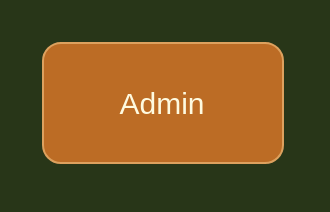
This is page "Admin" (4 of 5) of Buildor.drawio from Satishpokala124/Buildor, a draw.io file, before an edit. Source tidied: cells renumbered, new cells numbered last; positions are measured from the earlier drawing's top-left corner, leaving out a move shared by most shapes. Both pictures are drawn from the tidied source at 200%, with x=0, y=0 at pixel (42, 42).
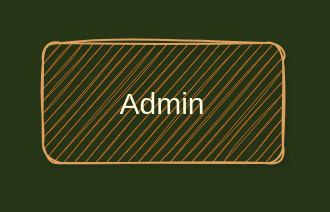
The same diagram, later.

The edit, as a diff of the source:
```diff
@@
 <mxGraphModel background="#283618">
   <root>
     <mxCell id="0" />
     <mxCell id="1" parent="0" />
-    <mxCell id="2" value="Admin" style="rounded=1;whiteSpace=wrap;html=1;fontSize=15;fillColor=#BC6C25;strokeColor=#DDA15E;fontColor=#FEFAE0;" parent="1" vertex="1">
+    <mxCell id="2" value="Admin" style="rounded=1;whiteSpace=wrap;html=1;fontSize=15;fillColor=#BC6C25;strokeColor=#DDA15E;fontColor=#FEFAE0;sketch=1;glass=0;shadow=1;" parent="1" vertex="1">
       <mxGeometry width="120" height="60" as="geometry" />
     </mxCell>
   </root>
 </mxGraphModel>
```
